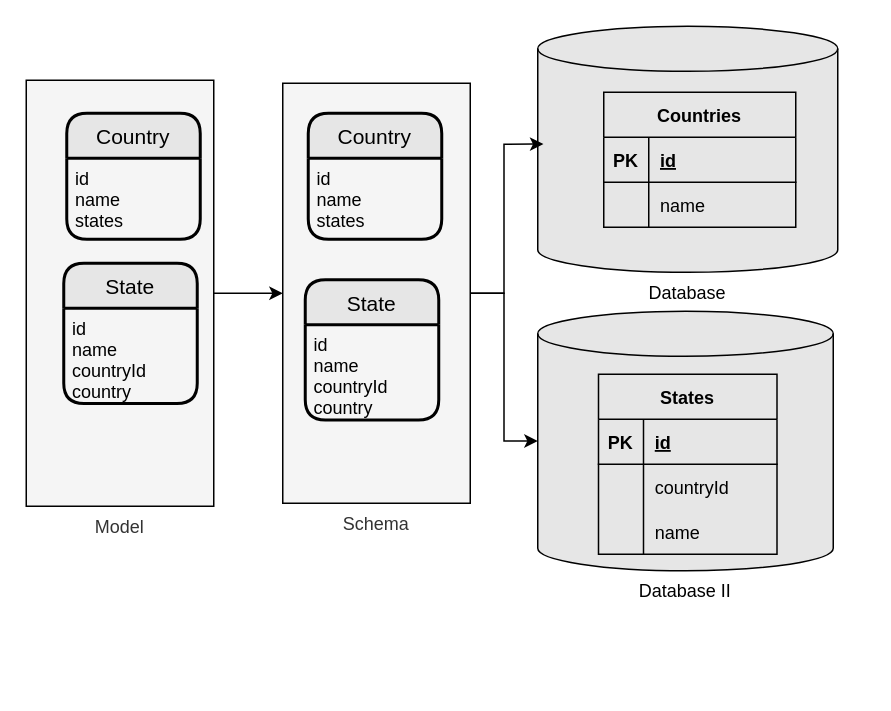
This is design/schema4.drawio from lambda-orm/lambdaorm, a draw.io file, before an edit. Source tidied: cells renumbered, new cells numbered last; positions are measured from the earlier drawing's top-left corner, leaving out a move shared by most shapes. Both pictures are drawn from the tidied source at 150%, with x=0, y=0 at pixel (26, 26).
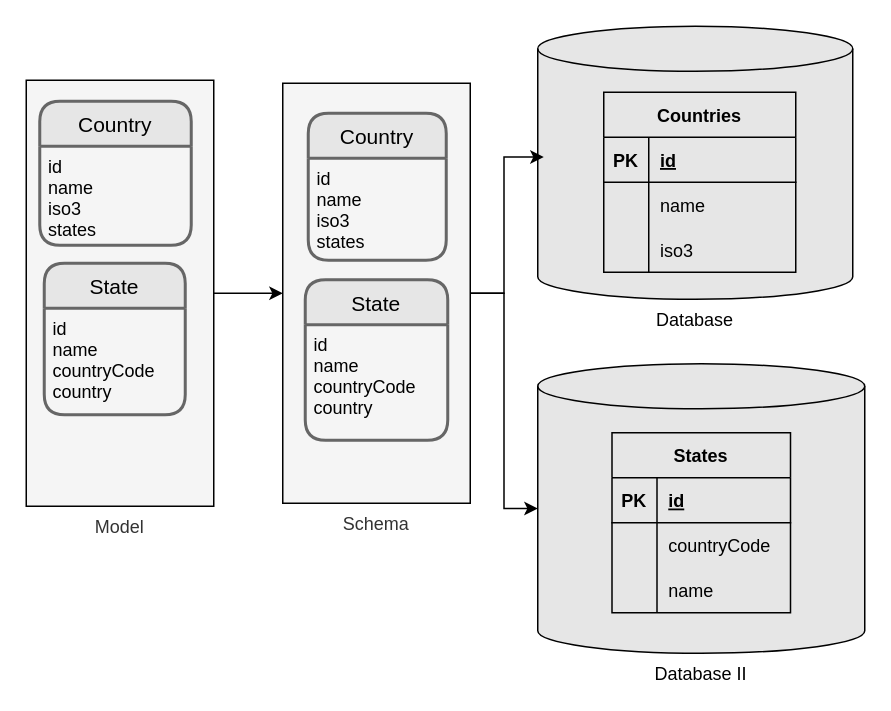
Above is the later version.

The change refers to these unchanged cells:
```xml
<mxCell id="28" style="shape=partialRectangle;fillColor=none;top=0;left=0;bottom=0;right=0;fontColor=#000000;" parent="24" vertex="1">
  <mxGeometry y="60" width="119" height="30" as="geometry" />
</mxCell>
```

The edit, as a diff of the source:
```diff
@@
     <mxCell id="4" value="Database" style="shape=cylinder3;whiteSpace=wrap;html=1;boundedLbl=1;backgroundOutline=1;size=15;fillColor=#E6E6E6;strokeColor=#000000;labelPosition=center;verticalLabelPosition=bottom;align=center;verticalAlign=top;fontColor=#000000;" parent="1" vertex="1">
-      <mxGeometry x="341" width="200" height="164" as="geometry" />
+      <mxGeometry x="341" width="210" height="182" as="geometry" />
     </mxCell>
-    <mxCell id="5" value="Country" style="swimlane;horizontal=1;startSize=30;rounded=1;fontSize=14;fontStyle=0;strokeWidth=2;shadow=0;dashed=0;align=center;fontColor=#000000;fillColor=#E6E6E6;" parent="1" vertex="1">
-      <mxGeometry x="27" y="58" width="89" height="84" as="geometry" />
+    <mxCell id="5" value="Country" style="swimlane;horizontal=1;startSize=30;rounded=1;fontSize=14;fontStyle=0;strokeWidth=2;shadow=0;dashed=0;align=center;fontColor=#000000;fillColor=#E6E6E6;strokeColor=#666666;" parent="1" vertex="1">
+      <mxGeometry x="9" y="50" width="101" height="96" as="geometry" />
     </mxCell>
-    <mxCell id="6" value="id&#10;name&#10;states" style="align=left;strokeColor=none;fillColor=none;spacingLeft=4;fontSize=12;verticalAlign=top;fontColor=#000000;" parent="5" vertex="1">
-      <mxGeometry y="30" width="89" height="54" as="geometry" />
+    <mxCell id="6" value="id&#10;name&#10;iso3&#10;states" style="align=left;strokeColor=none;fillColor=none;spacingLeft=4;fontSize=12;verticalAlign=top;fontColor=#000000;" parent="5" vertex="1">
+      <mxGeometry y="30" width="101" height="66" as="geometry" />
     </mxCell>
-    <mxCell id="7" value="State" style="swimlane;horizontal=1;startSize=30;rounded=1;fontSize=14;fontStyle=0;strokeWidth=2;shadow=0;dashed=0;align=center;fontColor=#000000;fillColor=#E6E6E6;" parent="1" vertex="1">
-      <mxGeometry x="25" y="158" width="89" height="93.5" as="geometry" />
+    <mxCell id="7" value="State" style="swimlane;horizontal=1;startSize=30;rounded=1;fontSize=14;fontStyle=0;strokeWidth=2;shadow=0;dashed=0;align=center;fontColor=#000000;fillColor=#E6E6E6;strokeColor=#666666;" parent="1" vertex="1">
+      <mxGeometry x="12" y="158" width="94" height="101" as="geometry" />
     </mxCell>
-    <mxCell id="8" value="id&#10;name&#10;countryId&#10;country" style="align=left;strokeColor=none;fillColor=none;spacingLeft=4;fontSize=12;verticalAlign=top;fontColor=#000000;" parent="7" vertex="1">
-      <mxGeometry y="30" width="89" height="63.5" as="geometry" />
+    <mxCell id="8" value="id&#10;name&#10;countryCode&#10;country" style="align=left;strokeColor=none;fillColor=none;spacingLeft=4;fontSize=12;verticalAlign=top;fontColor=#000000;" parent="7" vertex="1">
+      <mxGeometry y="30" width="94" height="71" as="geometry" />
     </mxCell>
     <mxCell id="9" value="Countries" style="shape=table;startSize=30;childLayout=tableLayout;rowLines=0;fontStyle=1;align=center;fontColor=#000000;strokeColor=#000000;fillColor=#E6E6E6;" parent="1" vertex="1">
-      <mxGeometry x="385" y="44" width="128" height="90" as="geometry" />
+      <mxGeometry x="385" y="44" width="128" height="120" as="geometry" />
     </mxCell>
@@
+    <mxCell id="34" style="shape=partialRectangle;fillColor=none;top=0;left=0;bottom=0;right=0;" parent="9" vertex="1">
+      <mxGeometry y="90" width="128" height="30" as="geometry" />
+    </mxCell>
+    <mxCell id="35" style="shape=partialRectangle;fillColor=none;top=0;left=0;bottom=0;right=0;overflow=hidden;" parent="34" vertex="1">
+      <mxGeometry width="30" height="30" as="geometry" />
+    </mxCell>
+    <mxCell id="36" value="iso3" style="shape=partialRectangle;fillColor=none;top=0;left=0;bottom=0;right=0;align=left;spacingLeft=6;overflow=hidden;fontColor=#000000;" parent="34" vertex="1">
+      <mxGeometry x="30" width="98" height="30" as="geometry" />
+    </mxCell>
@@
-    <mxCell id="19" value="Country" style="swimlane;horizontal=1;startSize=30;rounded=1;fontSize=14;fontStyle=0;strokeWidth=2;shadow=0;dashed=0;align=center;fontColor=#000000;fillColor=#E6E6E6;" parent="1" vertex="1">
-      <mxGeometry x="188" y="58" width="89" height="84" as="geometry" />
+    <mxCell id="19" value="Country" style="swimlane;horizontal=1;startSize=30;rounded=1;fontSize=14;fontStyle=0;strokeWidth=2;shadow=0;dashed=0;align=center;fontColor=#000000;fillColor=#E6E6E6;strokeColor=#666666;" parent="1" vertex="1">
+      <mxGeometry x="188" y="58" width="92" height="98" as="geometry" />
     </mxCell>
-    <mxCell id="20" value="id&#10;name&#10;states" style="align=left;strokeColor=none;fillColor=none;spacingLeft=4;fontSize=12;verticalAlign=top;fontColor=#000000;" parent="19" vertex="1">
-      <mxGeometry y="30" width="89" height="54" as="geometry" />
+    <mxCell id="20" value="id&#10;name&#10;iso3&#10;states" style="align=left;strokeColor=none;fillColor=none;spacingLeft=4;fontSize=12;verticalAlign=top;fontColor=#000000;" parent="19" vertex="1">
+      <mxGeometry y="30" width="92" height="68" as="geometry" />
     </mxCell>
-    <mxCell id="21" value="State" style="swimlane;horizontal=1;startSize=30;rounded=1;fontSize=14;fontStyle=0;strokeWidth=2;shadow=0;dashed=0;align=center;fontColor=#000000;fillColor=#E6E6E6;" parent="1" vertex="1">
-      <mxGeometry x="186" y="169" width="89" height="93.5" as="geometry" />
+    <mxCell id="21" value="State" style="swimlane;horizontal=1;startSize=30;rounded=1;fontSize=14;fontStyle=0;strokeWidth=2;shadow=0;dashed=0;align=center;fontColor=#000000;fillColor=#E6E6E6;strokeColor=#666666;" parent="1" vertex="1">
+      <mxGeometry x="186" y="169" width="95" height="107" as="geometry" />
     </mxCell>
-    <mxCell id="22" value="id&#10;name&#10;countryId&#10;country" style="align=left;strokeColor=none;fillColor=none;spacingLeft=4;fontSize=12;verticalAlign=top;fontColor=#000000;" parent="21" vertex="1">
-      <mxGeometry y="30" width="89" height="63.5" as="geometry" />
+    <mxCell id="22" value="id&#10;name&#10;countryCode&#10;country" style="align=left;strokeColor=none;fillColor=none;spacingLeft=4;fontSize=12;verticalAlign=top;fontColor=#000000;" parent="21" vertex="1">
+      <mxGeometry y="30" width="95" height="77" as="geometry" />
     </mxCell>
     <mxCell id="23" value="Database II" style="shape=cylinder3;whiteSpace=wrap;html=1;boundedLbl=1;backgroundOutline=1;size=15;fillColor=#E6E6E6;strokeColor=#000000;labelPosition=center;verticalLabelPosition=bottom;align=center;verticalAlign=top;fontColor=#000000;" parent="1" vertex="1">
-      <mxGeometry x="341" y="190" width="197" height="173" as="geometry" />
+      <mxGeometry x="341" y="225" width="218" height="193" as="geometry" />
     </mxCell>
     <mxCell id="24" value="States" style="shape=table;startSize=30;childLayout=tableLayout;rowLines=0;fontStyle=1;align=center;fontColor=#000000;strokeColor=#000000;fillColor=#E6E6E6;" parent="1" vertex="1">
-      <mxGeometry x="381.5" y="232" width="119" height="120" as="geometry" />
+      <mxGeometry x="390.5" y="271" width="119" height="120" as="geometry" />
     </mxCell>
@@
-    <mxCell id="30" value="countryId" style="shape=partialRectangle;fillColor=none;top=0;left=0;bottom=0;right=0;align=left;spacingLeft=6;overflow=hidden;fontColor=#000000;" parent="28" vertex="1">
+    <mxCell id="30" value="countryCode" style="shape=partialRectangle;fillColor=none;top=0;left=0;bottom=0;right=0;align=left;spacingLeft=6;overflow=hidden;fontColor=#000000;" parent="28" vertex="1">
       <mxGeometry x="30" width="89" height="30" as="geometry" />
     </mxCell>
```
